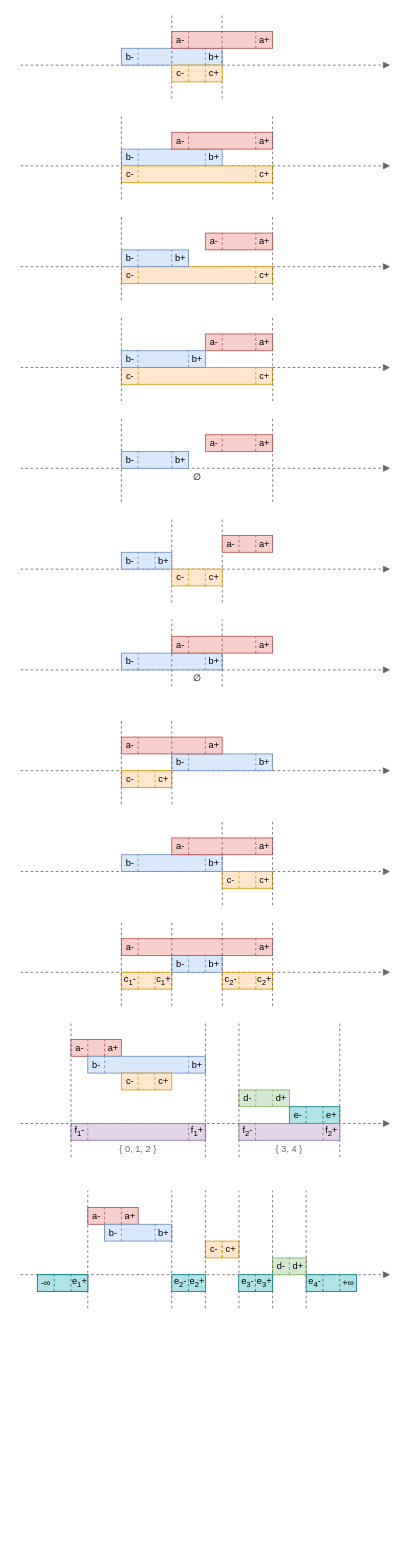
Above: page "Algorithms" (5 of 7) of res/resources.drawio in gchudnov/mindthegap (draw.io), before the change. Source tidied: cells renumbered, new cells numbered last; positions are measured from the earlier drawing's top-left corner, leaving out a move shared by most shapes. Both pictures are drawn from the tidied source at 84%, with x=0, y=0 at pixel (20, 14).
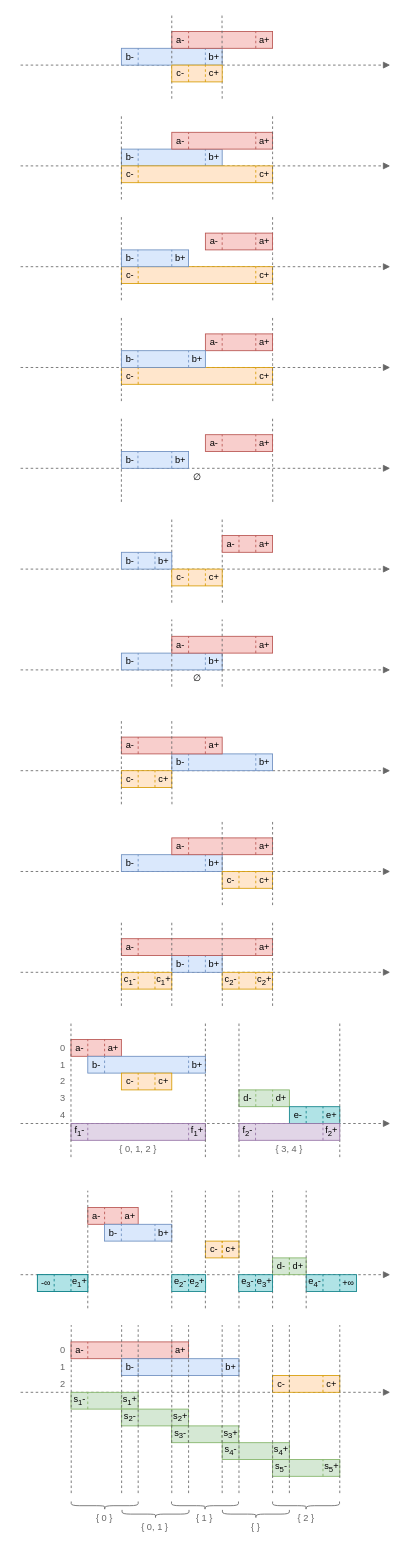
The same page after the edit.

Change to the diagram source:
```diff
@@
+    <mxCell id="308" style="endArrow=block;html=1;fontSize=12;strokeWidth=1;fillColor=#f5f5f5;strokeColor=#666666;endFill=1;dashed=1;" parent="1" edge="1">
+      <mxGeometry relative="1" as="geometry">
+        <mxPoint y="1640" as="sourcePoint" />
+        <mxPoint x="440" y="1640" as="targetPoint" />
+      </mxGeometry>
+    </mxCell>
+    <mxCell id="309" style="group;" parent="1" vertex="1">
+      <mxGeometry x="60" y="1640" width="80" height="20" as="geometry" />
+    </mxCell>
+    <mxCell id="310" style="rounded=0;whiteSpace=wrap;html=1;fontSize=12;strokeWidth=1;fillColor=#d5e8d4;strokeColor=#82b366;" parent="309" vertex="1">
+      <mxGeometry width="80" height="20" as="geometry" />
+    </mxCell>
+    <mxCell id="311" value="&lt;p style=&quot;line-height: 1.2&quot;&gt;s&lt;sub&gt;1&lt;/sub&gt;-&lt;/p&gt;" style="text;html=1;strokeColor=none;fillColor=none;align=center;verticalAlign=middle;rounded=0;fontSize=11;labelPosition=center;verticalLabelPosition=middle;horizontal=1;" parent="309" vertex="1">
+      <mxGeometry width="20" height="20" as="geometry" />
+    </mxCell>
+    <mxCell id="312" value="s&lt;sub&gt;1&lt;/sub&gt;+" style="text;html=1;strokeColor=none;fillColor=none;align=center;verticalAlign=middle;rounded=0;fontSize=11;spacing=2;" parent="309" vertex="1">
+      <mxGeometry x="60" width="20" height="20" as="geometry" />
+    </mxCell>
+    <mxCell id="313" style="endArrow=none;dashed=1;html=1;strokeWidth=1;fontSize=11;fillColor=#d5e8d4;strokeColor=#82b366;" parent="309" edge="1">
+      <mxGeometry relative="1" as="geometry">
+        <mxPoint x="60" y="20" as="sourcePoint" />
+        <mxPoint x="60" as="targetPoint" />
+      </mxGeometry>
+    </mxCell>
+    <mxCell id="314" style="endArrow=none;dashed=1;html=1;strokeWidth=1;fontSize=11;fillColor=#d5e8d4;strokeColor=#82b366;" parent="309" edge="1">
+      <mxGeometry relative="1" as="geometry">
+        <mxPoint x="20" y="20" as="sourcePoint" />
+        <mxPoint x="20" as="targetPoint" />
+      </mxGeometry>
+    </mxCell>
+    <mxCell id="315" style="group;" parent="1" vertex="1">
+      <mxGeometry x="120" y="1660" width="80" height="20" as="geometry" />
+    </mxCell>
+    <mxCell id="316" style="rounded=0;whiteSpace=wrap;html=1;fontSize=12;strokeWidth=1;fillColor=#d5e8d4;strokeColor=#82b366;" parent="315" vertex="1">
+      <mxGeometry width="80" height="20" as="geometry" />
+    </mxCell>
+    <mxCell id="317" value="&lt;p style=&quot;line-height: 1.2&quot;&gt;s&lt;sub&gt;2&lt;/sub&gt;-&lt;/p&gt;" style="text;html=1;strokeColor=none;fillColor=none;align=center;verticalAlign=middle;rounded=0;fontSize=11;labelPosition=center;verticalLabelPosition=middle;horizontal=1;" parent="315" vertex="1">
+      <mxGeometry width="20" height="20" as="geometry" />
+    </mxCell>
+    <mxCell id="318" value="s&lt;sub&gt;2&lt;/sub&gt;+" style="text;html=1;strokeColor=none;fillColor=none;align=center;verticalAlign=middle;rounded=0;fontSize=11;spacing=2;" parent="315" vertex="1">
+      <mxGeometry x="60" width="20" height="20" as="geometry" />
+    </mxCell>
+    <mxCell id="319" style="endArrow=none;dashed=1;html=1;strokeWidth=1;fontSize=11;fillColor=#d5e8d4;strokeColor=#82b366;" parent="315" edge="1">
+      <mxGeometry relative="1" as="geometry">
+        <mxPoint x="60" y="20" as="sourcePoint" />
+        <mxPoint x="60" as="targetPoint" />
+      </mxGeometry>
+    </mxCell>
+    <mxCell id="320" style="endArrow=none;dashed=1;html=1;strokeWidth=1;fontSize=11;fillColor=#d5e8d4;strokeColor=#82b366;" parent="315" edge="1">
+      <mxGeometry relative="1" as="geometry">
+        <mxPoint x="20" y="20" as="sourcePoint" />
+        <mxPoint x="20" as="targetPoint" />
+      </mxGeometry>
+    </mxCell>
+    <mxCell id="321" style="group;" parent="1" vertex="1">
+      <mxGeometry x="179.7" y="1680" width="80" height="20" as="geometry" />
+    </mxCell>
+    <mxCell id="322" style="rounded=0;whiteSpace=wrap;html=1;fontSize=12;strokeWidth=1;fillColor=#d5e8d4;strokeColor=#82b366;" parent="321" vertex="1">
+      <mxGeometry width="80" height="20" as="geometry" />
+    </mxCell>
+    <mxCell id="323" value="&lt;p style=&quot;line-height: 1.2&quot;&gt;s&lt;sub&gt;3&lt;/sub&gt;-&lt;/p&gt;" style="text;html=1;strokeColor=none;fillColor=none;align=center;verticalAlign=middle;rounded=0;fontSize=11;labelPosition=center;verticalLabelPosition=middle;horizontal=1;" parent="321" vertex="1">
+      <mxGeometry width="20" height="20" as="geometry" />
+    </mxCell>
+    <mxCell id="324" value="s&lt;sub&gt;3&lt;/sub&gt;+" style="text;html=1;strokeColor=none;fillColor=none;align=center;verticalAlign=middle;rounded=0;fontSize=11;spacing=2;" parent="321" vertex="1">
+      <mxGeometry x="60" width="20" height="20" as="geometry" />
+    </mxCell>
+    <mxCell id="325" style="endArrow=none;dashed=1;html=1;strokeWidth=1;fontSize=11;fillColor=#d5e8d4;strokeColor=#82b366;" parent="321" edge="1">
+      <mxGeometry relative="1" as="geometry">
+        <mxPoint x="60" y="20" as="sourcePoint" />
+        <mxPoint x="60" as="targetPoint" />
+      </mxGeometry>
+    </mxCell>
+    <mxCell id="326" style="endArrow=none;dashed=1;html=1;strokeWidth=1;fontSize=11;fillColor=#d5e8d4;strokeColor=#82b366;" parent="321" edge="1">
+      <mxGeometry relative="1" as="geometry">
+        <mxPoint x="20" y="20" as="sourcePoint" />
+        <mxPoint x="20" as="targetPoint" />
+      </mxGeometry>
+    </mxCell>
+    <mxCell id="327" style="group;" parent="1" vertex="1">
+      <mxGeometry x="240" y="1700" width="80" height="20" as="geometry" />
+    </mxCell>
+    <mxCell id="328" style="rounded=0;whiteSpace=wrap;html=1;fontSize=12;strokeWidth=1;fillColor=#d5e8d4;strokeColor=#82b366;" parent="327" vertex="1">
+      <mxGeometry width="80" height="20" as="geometry" />
+    </mxCell>
+    <mxCell id="329" value="&lt;p style=&quot;line-height: 1.2&quot;&gt;s&lt;sub&gt;4&lt;/sub&gt;-&lt;/p&gt;" style="text;html=1;strokeColor=none;fillColor=none;align=center;verticalAlign=middle;rounded=0;fontSize=11;labelPosition=center;verticalLabelPosition=middle;horizontal=1;" parent="327" vertex="1">
+      <mxGeometry width="20" height="20" as="geometry" />
+    </mxCell>
+    <mxCell id="330" value="s&lt;sub&gt;4&lt;/sub&gt;+" style="text;html=1;strokeColor=none;fillColor=none;align=center;verticalAlign=middle;rounded=0;fontSize=11;spacing=2;" parent="327" vertex="1">
+      <mxGeometry x="60" width="20" height="20" as="geometry" />
+    </mxCell>
+    <mxCell id="331" style="endArrow=none;dashed=1;html=1;strokeWidth=1;fontSize=11;fillColor=#d5e8d4;strokeColor=#82b366;" parent="327" edge="1">
+      <mxGeometry relative="1" as="geometry">
+        <mxPoint x="60" y="20" as="sourcePoint" />
+        <mxPoint x="60" as="targetPoint" />
+      </mxGeometry>
+    </mxCell>
+    <mxCell id="332" style="endArrow=none;dashed=1;html=1;strokeWidth=1;fontSize=11;fillColor=#d5e8d4;strokeColor=#82b366;" parent="327" edge="1">
+      <mxGeometry relative="1" as="geometry">
+        <mxPoint x="20" y="20" as="sourcePoint" />
+        <mxPoint x="20" as="targetPoint" />
+      </mxGeometry>
+    </mxCell>
+    <mxCell id="333" style="group;" parent="1" vertex="1">
+      <mxGeometry x="300" y="1720" width="80" height="20" as="geometry" />
+    </mxCell>
+    <mxCell id="334" style="rounded=0;whiteSpace=wrap;html=1;fontSize=12;strokeWidth=1;fillColor=#d5e8d4;strokeColor=#82b366;" parent="333" vertex="1">
+      <mxGeometry width="80" height="20" as="geometry" />
+    </mxCell>
+    <mxCell id="335" value="&lt;p style=&quot;line-height: 1.2&quot;&gt;s&lt;sub&gt;5&lt;/sub&gt;-&lt;/p&gt;" style="text;html=1;strokeColor=none;fillColor=none;align=center;verticalAlign=middle;rounded=0;fontSize=11;labelPosition=center;verticalLabelPosition=middle;horizontal=1;" parent="333" vertex="1">
+      <mxGeometry width="20" height="20" as="geometry" />
+    </mxCell>
+    <mxCell id="336" value="s&lt;sub&gt;5&lt;/sub&gt;+" style="text;html=1;strokeColor=none;fillColor=none;align=center;verticalAlign=middle;rounded=0;fontSize=11;spacing=2;" parent="333" vertex="1">
+      <mxGeometry x="60" width="20" height="20" as="geometry" />
+    </mxCell>
+    <mxCell id="337" style="endArrow=none;dashed=1;html=1;strokeWidth=1;fontSize=11;fillColor=#d5e8d4;strokeColor=#82b366;" parent="333" edge="1">
+      <mxGeometry relative="1" as="geometry">
+        <mxPoint x="60" y="20" as="sourcePoint" />
+        <mxPoint x="60" as="targetPoint" />
+      </mxGeometry>
+    </mxCell>
+    <mxCell id="338" style="endArrow=none;dashed=1;html=1;strokeWidth=1;fontSize=11;fillColor=#d5e8d4;strokeColor=#82b366;" parent="333" edge="1">
+      <mxGeometry relative="1" as="geometry">
+        <mxPoint x="20" y="20" as="sourcePoint" />
+        <mxPoint x="20" as="targetPoint" />
+      </mxGeometry>
+    </mxCell>
+    <mxCell id="339" style="group;" parent="1" vertex="1">
+      <mxGeometry x="300" y="1620" width="80" height="20" as="geometry" />
+    </mxCell>
+    <mxCell id="340" style="rounded=0;whiteSpace=wrap;html=1;fontSize=12;strokeWidth=1;fillColor=#ffe6cc;strokeColor=#d79b00;" parent="339" vertex="1">
+      <mxGeometry width="80" height="20" as="geometry" />
+    </mxCell>
+    <mxCell id="341" value="&lt;p style=&quot;line-height: 1.2&quot;&gt;c-&lt;/p&gt;" style="text;html=1;strokeColor=none;fillColor=none;align=center;verticalAlign=middle;rounded=0;fontSize=11;labelPosition=center;verticalLabelPosition=middle;horizontal=1;" parent="339" vertex="1">
+      <mxGeometry width="20" height="20" as="geometry" />
+    </mxCell>
+    <mxCell id="342" value="c+" style="text;html=1;strokeColor=none;fillColor=none;align=center;verticalAlign=middle;rounded=0;fontSize=11;spacing=2;" parent="339" vertex="1">
+      <mxGeometry x="60" width="20" height="20" as="geometry" />
+    </mxCell>
+    <mxCell id="343" style="endArrow=none;dashed=1;html=1;strokeWidth=1;fontSize=11;fillColor=#ffe6cc;strokeColor=#d79b00;" parent="339" edge="1">
+      <mxGeometry relative="1" as="geometry">
+        <mxPoint x="60" y="20" as="sourcePoint" />
+        <mxPoint x="60" as="targetPoint" />
+      </mxGeometry>
+    </mxCell>
+    <mxCell id="344" style="endArrow=none;dashed=1;html=1;strokeWidth=1;fontSize=11;fillColor=#ffe6cc;strokeColor=#d79b00;" parent="339" edge="1">
+      <mxGeometry relative="1" as="geometry">
+        <mxPoint x="20" y="20" as="sourcePoint" />
+        <mxPoint x="20" as="targetPoint" />
+      </mxGeometry>
+    </mxCell>
+    <mxCell id="345" style="group;" parent="1" vertex="1">
+      <mxGeometry x="60" y="1580" width="140" height="20" as="geometry" />
+    </mxCell>
+    <mxCell id="346" style="rounded=0;whiteSpace=wrap;html=1;fontSize=12;strokeWidth=1;fillColor=#f8cecc;strokeColor=#b85450;" parent="345" vertex="1">
+      <mxGeometry width="140" height="20" as="geometry" />
+    </mxCell>
+    <mxCell id="347" value="&lt;p style=&quot;line-height: 1.2&quot;&gt;a-&lt;/p&gt;" style="text;html=1;strokeColor=none;fillColor=none;align=center;verticalAlign=middle;rounded=0;fontSize=11;labelPosition=center;verticalLabelPosition=middle;horizontal=1;" parent="345" vertex="1">
+      <mxGeometry width="20" height="20" as="geometry" />
+    </mxCell>
+    <mxCell id="348" value="a+" style="text;html=1;strokeColor=none;fillColor=none;align=center;verticalAlign=middle;rounded=0;fontSize=11;spacing=2;" parent="345" vertex="1">
+      <mxGeometry x="120" width="20" height="20" as="geometry" />
+    </mxCell>
+    <mxCell id="349" style="endArrow=none;dashed=1;html=1;strokeWidth=1;fontSize=11;fillColor=#f8cecc;strokeColor=#b85450;" parent="345" edge="1">
+      <mxGeometry relative="1" as="geometry">
+        <mxPoint x="120" y="20" as="sourcePoint" />
+        <mxPoint x="120" as="targetPoint" />
+      </mxGeometry>
+    </mxCell>
+    <mxCell id="350" style="endArrow=none;dashed=1;html=1;strokeWidth=1;fontSize=11;fillColor=#f8cecc;strokeColor=#b85450;" parent="345" edge="1">
+      <mxGeometry relative="1" as="geometry">
+        <mxPoint x="20" y="20" as="sourcePoint" />
+        <mxPoint x="20" as="targetPoint" />
+      </mxGeometry>
+    </mxCell>
+    <mxCell id="351" style="group;" parent="1" vertex="1">
+      <mxGeometry x="120" y="1600" width="140" height="20" as="geometry" />
+    </mxCell>
+    <mxCell id="352" style="rounded=0;whiteSpace=wrap;html=1;fontSize=12;strokeWidth=1;fillColor=#dae8fc;strokeColor=#6c8ebf;" parent="351" vertex="1">
+      <mxGeometry width="140" height="20" as="geometry" />
+    </mxCell>
+    <mxCell id="353" value="b-" style="text;html=1;strokeColor=none;fillColor=none;align=center;verticalAlign=middle;rounded=0;fontSize=11;" parent="351" vertex="1">
+      <mxGeometry width="20" height="20" as="geometry" />
+    </mxCell>
+    <mxCell id="354" value="b+" style="text;strokeColor=none;fillColor=none;align=center;verticalAlign=middle;rounded=0;fontSize=11;html=1;spacing=2;" parent="351" vertex="1">
+      <mxGeometry x="119.7" width="20" height="20" as="geometry" />
+    </mxCell>
+    <mxCell id="355" style="endArrow=none;dashed=1;html=1;strokeWidth=1;fontSize=11;fillColor=#dae8fc;strokeColor=#6c8ebf;" parent="351" edge="1">
+      <mxGeometry relative="1" as="geometry">
+        <mxPoint x="119.7" y="20" as="sourcePoint" />
+        <mxPoint x="119.7" as="targetPoint" />
+      </mxGeometry>
+    </mxCell>
+    <mxCell id="356" style="endArrow=none;dashed=1;html=1;strokeWidth=1;fontSize=11;fillColor=#dae8fc;strokeColor=#6c8ebf;" parent="351" edge="1">
+      <mxGeometry relative="1" as="geometry">
+        <mxPoint x="20" y="20" as="sourcePoint" />
+        <mxPoint x="20" as="targetPoint" />
+      </mxGeometry>
+    </mxCell>
+    <mxCell id="357" style="endArrow=none;dashed=1;html=1;strokeWidth=1;fontSize=11;fillColor=#f5f5f5;strokeColor=#666666;" parent="1" edge="1">
+      <mxGeometry relative="1" as="geometry">
+        <mxPoint x="380" y="1760" as="sourcePoint" />
+        <mxPoint x="380" y="1560" as="targetPoint" />
+        <Array as="points">
+          <mxPoint x="380" y="1610" />
+        </Array>
+      </mxGeometry>
+    </mxCell>
+    <mxCell id="358" style="endArrow=none;dashed=1;html=1;strokeWidth=1;fontSize=11;fillColor=#f5f5f5;strokeColor=#666666;" parent="1" edge="1">
+      <mxGeometry relative="1" as="geometry">
+        <mxPoint x="300" y="1760" as="sourcePoint" />
+        <mxPoint x="300" y="1560" as="targetPoint" />
+        <Array as="points">
+          <mxPoint x="300" y="1610" />
+        </Array>
+      </mxGeometry>
+    </mxCell>
+    <mxCell id="359" style="endArrow=none;dashed=1;html=1;strokeWidth=1;fontSize=11;fillColor=#f5f5f5;strokeColor=#666666;" parent="1" edge="1">
+      <mxGeometry relative="1" as="geometry">
+        <mxPoint x="240" y="1760" as="sourcePoint" />
+        <mxPoint x="240" y="1560" as="targetPoint" />
+        <Array as="points">
+          <mxPoint x="240" y="1610" />
+        </Array>
+      </mxGeometry>
+    </mxCell>
+    <mxCell id="360" style="endArrow=none;dashed=1;html=1;strokeWidth=1;fontSize=11;fillColor=#f5f5f5;strokeColor=#666666;" parent="1" edge="1">
+      <mxGeometry relative="1" as="geometry">
+        <mxPoint x="320" y="1760" as="sourcePoint" />
+        <mxPoint x="320" y="1560" as="targetPoint" />
+        <Array as="points">
+          <mxPoint x="320" y="1610" />
+        </Array>
+      </mxGeometry>
+    </mxCell>
+    <mxCell id="361" style="endArrow=none;dashed=1;html=1;strokeWidth=1;fontSize=11;fillColor=#f5f5f5;strokeColor=#666666;" parent="1" edge="1">
+      <mxGeometry relative="1" as="geometry">
+        <mxPoint x="260" y="1760" as="sourcePoint" />
+        <mxPoint x="260" y="1560" as="targetPoint" />
+        <Array as="points">
+          <mxPoint x="260" y="1610" />
+        </Array>
+      </mxGeometry>
+    </mxCell>
+    <mxCell id="362" style="endArrow=none;dashed=1;html=1;strokeWidth=1;fontSize=11;fillColor=#f5f5f5;strokeColor=#666666;" parent="1" edge="1">
+      <mxGeometry relative="1" as="geometry">
+        <mxPoint x="200" y="1760" as="sourcePoint" />
+        <mxPoint x="200" y="1560" as="targetPoint" />
+        <Array as="points">
+          <mxPoint x="200" y="1610" />
+        </Array>
+      </mxGeometry>
+    </mxCell>
+    <mxCell id="363" style="endArrow=none;dashed=1;html=1;strokeWidth=1;fontSize=11;fillColor=#f5f5f5;strokeColor=#666666;" parent="1" edge="1">
+      <mxGeometry relative="1" as="geometry">
+        <mxPoint x="180" y="1760" as="sourcePoint" />
+        <mxPoint x="180" y="1560" as="targetPoint" />
+        <Array as="points">
+          <mxPoint x="180" y="1610" />
+        </Array>
+      </mxGeometry>
+    </mxCell>
+    <mxCell id="364" style="endArrow=none;dashed=1;html=1;strokeWidth=1;fontSize=11;fillColor=#f5f5f5;strokeColor=#666666;" parent="1" edge="1">
+      <mxGeometry relative="1" as="geometry">
+        <mxPoint x="140" y="1760" as="sourcePoint" />
+        <mxPoint x="140" y="1560" as="targetPoint" />
+        <Array as="points">
+          <mxPoint x="140" y="1610" />
+        </Array>
+      </mxGeometry>
+    </mxCell>
+    <mxCell id="365" style="endArrow=none;dashed=1;html=1;strokeWidth=1;fontSize=11;fillColor=#f5f5f5;strokeColor=#666666;" parent="1" edge="1">
+      <mxGeometry relative="1" as="geometry">
+        <mxPoint x="120.3" y="1760" as="sourcePoint" />
+        <mxPoint x="120.3" y="1560" as="targetPoint" />
+        <Array as="points">
+          <mxPoint x="120.3" y="1610" />
+        </Array>
+      </mxGeometry>
+    </mxCell>
+    <mxCell id="366" style="endArrow=none;dashed=1;html=1;strokeWidth=1;fontSize=11;fillColor=#f5f5f5;strokeColor=#666666;" parent="1" edge="1">
+      <mxGeometry relative="1" as="geometry">
+        <mxPoint x="60.3" y="1760" as="sourcePoint" />
+        <mxPoint x="60.3" y="1560" as="targetPoint" />
+        <Array as="points">
+          <mxPoint x="60.3" y="1610" />
+        </Array>
+      </mxGeometry>
+    </mxCell>
+    <mxCell id="367" style="shape=curlyBracket;whiteSpace=wrap;html=1;rounded=1;flipH=1;labelPosition=right;verticalLabelPosition=middle;align=left;verticalAlign=middle;fillStyle=solid;strokeColor=#666666;fontSize=8;fillColor=none;direction=north;flipV=0;" parent="1" vertex="1">
+      <mxGeometry x="60.3" y="1770" width="79.7" height="10" as="geometry" />
+    </mxCell>
+    <mxCell id="368" style="shape=curlyBracket;whiteSpace=wrap;html=1;rounded=1;flipH=1;labelPosition=right;verticalLabelPosition=middle;align=left;verticalAlign=middle;fillStyle=solid;strokeColor=#666666;fontSize=8;fillColor=none;direction=north;flipV=0;" parent="1" vertex="1">
+      <mxGeometry x="120.8" y="1780" width="79.7" height="10" as="geometry" />
+    </mxCell>
+    <mxCell id="369" style="shape=curlyBracket;whiteSpace=wrap;html=1;rounded=1;flipH=1;labelPosition=right;verticalLabelPosition=middle;align=left;verticalAlign=middle;fillStyle=solid;strokeColor=#666666;fontSize=8;fillColor=none;direction=north;flipV=0;" parent="1" vertex="1">
+      <mxGeometry x="179.7" y="1770" width="79.7" height="10" as="geometry" />
+    </mxCell>
+    <mxCell id="370" style="shape=curlyBracket;whiteSpace=wrap;html=1;rounded=1;flipH=1;labelPosition=right;verticalLabelPosition=middle;align=left;verticalAlign=middle;fillStyle=solid;strokeColor=#666666;fontSize=8;fillColor=none;direction=north;flipV=0;" parent="1" vertex="1">
+      <mxGeometry x="240.3" y="1780" width="79.7" height="10" as="geometry" />
+    </mxCell>
+    <mxCell id="371" style="shape=curlyBracket;whiteSpace=wrap;html=1;rounded=1;flipH=1;labelPosition=right;verticalLabelPosition=middle;align=left;verticalAlign=middle;fillStyle=solid;strokeColor=#666666;fontSize=8;fillColor=none;direction=north;flipV=0;" parent="1" vertex="1">
+      <mxGeometry x="300" y="1770" width="79.7" height="10" as="geometry" />
+    </mxCell>
+    <mxCell id="372" value="{ 0&amp;nbsp;}" style="text;html=1;strokeColor=none;fillColor=none;align=center;verticalAlign=middle;whiteSpace=wrap;rounded=0;fontColor=#666666;fontSize=11;" parent="1" vertex="1">
+      <mxGeometry x="60" y="1780" width="80" height="20" as="geometry" />
+    </mxCell>
+    <mxCell id="373" value="{ 0, 1 }" style="text;html=1;strokeColor=none;fillColor=none;align=center;verticalAlign=middle;whiteSpace=wrap;rounded=0;fontColor=#666666;fontSize=11;" parent="1" vertex="1">
+      <mxGeometry x="120" y="1790" width="80" height="20" as="geometry" />
+    </mxCell>
+    <mxCell id="374" value="{ 1 }" style="text;html=1;strokeColor=none;fillColor=none;align=center;verticalAlign=middle;whiteSpace=wrap;rounded=0;fontColor=#666666;fontSize=11;" parent="1" vertex="1">
+      <mxGeometry x="179.4" y="1780" width="80" height="20" as="geometry" />
+    </mxCell>
+    <mxCell id="375" value="{ }" style="text;html=1;strokeColor=none;fillColor=none;align=center;verticalAlign=middle;whiteSpace=wrap;rounded=0;fontColor=#666666;fontSize=11;" parent="1" vertex="1">
+      <mxGeometry x="240" y="1790" width="80" height="20" as="geometry" />
+    </mxCell>
+    <mxCell id="376" value="{ 2 }" style="text;html=1;strokeColor=none;fillColor=none;align=center;verticalAlign=middle;whiteSpace=wrap;rounded=0;fontColor=#666666;fontSize=11;" parent="1" vertex="1">
+      <mxGeometry x="299.7" y="1780" width="80" height="20" as="geometry" />
+    </mxCell>
+    <mxCell id="377" value="&lt;p style=&quot;line-height: 1.2&quot;&gt;0&lt;/p&gt;" style="text;html=1;strokeColor=none;fillColor=none;align=center;verticalAlign=middle;rounded=0;fontSize=11;labelPosition=center;verticalLabelPosition=middle;horizontal=1;fontColor=#666666;" parent="1" vertex="1">
+      <mxGeometry x="40" y="1580" width="20" height="20" as="geometry" />
+    </mxCell>
+    <mxCell id="378" value="&lt;p style=&quot;line-height: 1.2&quot;&gt;1&lt;/p&gt;" style="text;html=1;strokeColor=none;fillColor=none;align=center;verticalAlign=middle;rounded=0;fontSize=11;labelPosition=center;verticalLabelPosition=middle;horizontal=1;fontColor=#666666;" parent="1" vertex="1">
+      <mxGeometry x="40.3" y="1600" width="20" height="20" as="geometry" />
+    </mxCell>
+    <mxCell id="379" value="&lt;p style=&quot;line-height: 1.2&quot;&gt;2&lt;/p&gt;" style="text;html=1;strokeColor=none;fillColor=none;align=center;verticalAlign=middle;rounded=0;fontSize=11;labelPosition=center;verticalLabelPosition=middle;horizontal=1;fontColor=#666666;" parent="1" vertex="1">
+      <mxGeometry x="40" y="1620" width="20" height="20" as="geometry" />
+    </mxCell>
+    <mxCell id="380" value="&lt;p style=&quot;line-height: 1.2&quot;&gt;0&lt;/p&gt;" style="text;html=1;strokeColor=none;fillColor=none;align=center;verticalAlign=middle;rounded=0;fontSize=11;labelPosition=center;verticalLabelPosition=middle;horizontal=1;fontColor=#666666;" parent="1" vertex="1">
+      <mxGeometry x="40" y="1220" width="20" height="20" as="geometry" />
+    </mxCell>
+    <mxCell id="381" value="&lt;p style=&quot;line-height: 1.2&quot;&gt;1&lt;/p&gt;" style="text;html=1;strokeColor=none;fillColor=none;align=center;verticalAlign=middle;rounded=0;fontSize=11;labelPosition=center;verticalLabelPosition=middle;horizontal=1;fontColor=#666666;" parent="1" vertex="1">
+      <mxGeometry x="40" y="1240" width="20" height="20" as="geometry" />
+    </mxCell>
+    <mxCell id="382" value="&lt;p style=&quot;line-height: 1.2&quot;&gt;2&lt;/p&gt;" style="text;html=1;strokeColor=none;fillColor=none;align=center;verticalAlign=middle;rounded=0;fontSize=11;labelPosition=center;verticalLabelPosition=middle;horizontal=1;fontColor=#666666;" parent="1" vertex="1">
+      <mxGeometry x="40" y="1260" width="20" height="20" as="geometry" />
+    </mxCell>
+    <mxCell id="383" value="&lt;p style=&quot;line-height: 1.2&quot;&gt;3&lt;/p&gt;" style="text;html=1;strokeColor=none;fillColor=none;align=center;verticalAlign=middle;rounded=0;fontSize=11;labelPosition=center;verticalLabelPosition=middle;horizontal=1;fontColor=#666666;" parent="1" vertex="1">
+      <mxGeometry x="40" y="1280" width="20" height="20" as="geometry" />
+    </mxCell>
+    <mxCell id="384" value="&lt;p style=&quot;line-height: 1.2&quot;&gt;4&lt;/p&gt;" style="text;html=1;strokeColor=none;fillColor=none;align=center;verticalAlign=middle;rounded=0;fontSize=11;labelPosition=center;verticalLabelPosition=middle;horizontal=1;fontColor=#666666;" parent="1" vertex="1">
+      <mxGeometry x="40.3" y="1300" width="20" height="20" as="geometry" />
+    </mxCell>
```
